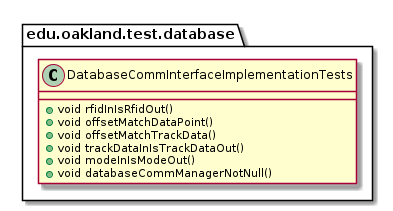
Earlier version of the PlantUML export docs/uml-class-diagrams/database/test/DatabaseCommInterfaceImplementationTests/DatabaseCommInterfaceImplementationTests.png (andrewdimmer/csi-3370-software-project). Source of this version:
```plantuml
@startuml DatabaseCommInterfaceImplementationTests

package edu.oakland.test.database {
    class DatabaseCommInterfaceImplementationTests {
        + void rfidInIsRfidOut()
        + void offsetMatchDataPoint()
        + void offsetMatchTrackData()
        + void trackDataInIsTrackDataOut()
        + void modeInIsModeOut()
        + void databaseCommManagerNotNull()
    }
}

@enduml
```
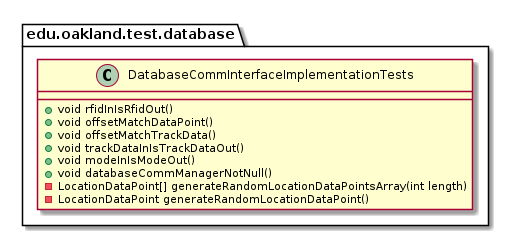
The same file after the commit.

Diff of the diagram source:
```diff
@@ -8,6 +8,8 @@
         + void trackDataInIsTrackDataOut()
         + void modeInIsModeOut()
         + void databaseCommManagerNotNull()
+        - LocationDataPoint[] generateRandomLocationDataPointsArray(int length)
+        - LocationDataPoint generateRandomLocationDataPoint()
     }
 }
 
```
